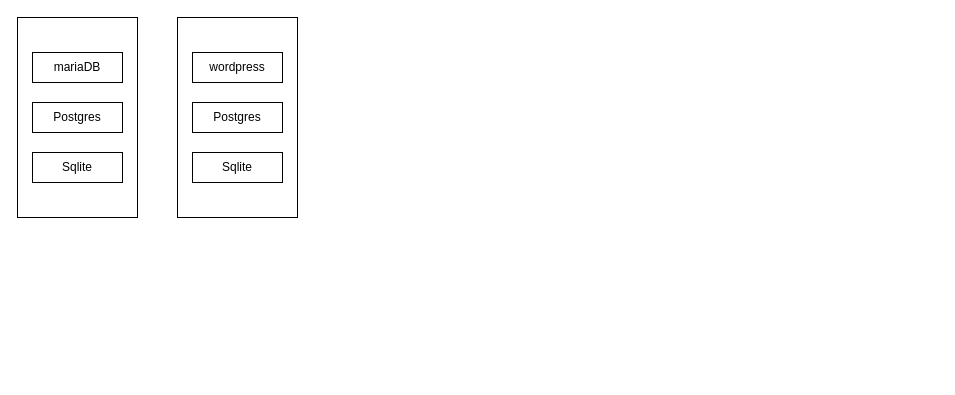
CallmeVRM/edulabs.github.io keeps this draw.io diagram as page "Page-1" (1 of 2) of Podman/33Services/33Services.drawio. Above is the earlier version. Source tidied: cells renumbered, new cells numbered last; positions are measured from the earlier drawing's top-left corner, leaving out a move shared by most shapes. Both pictures are drawn from the tidied source at 100%, with x=0, y=0 at pixel (17, 17).
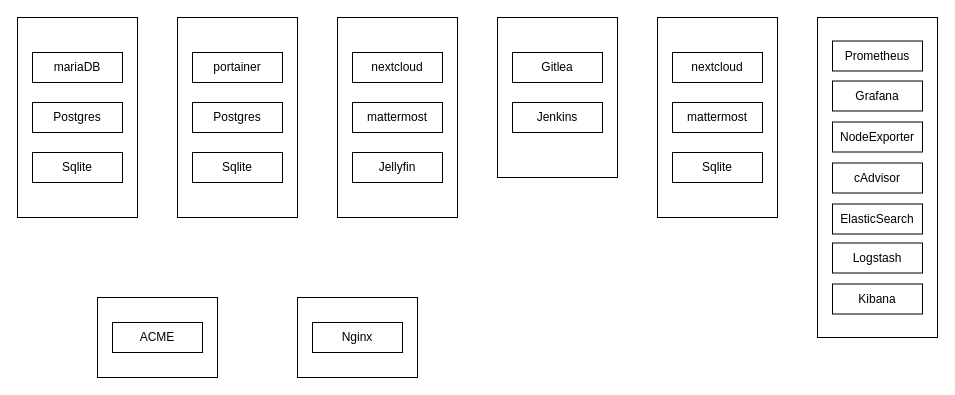
The same diagram, later.

The edit, as a diff of the source:
```diff
@@
-    <mxCell id="7" value="wordpress" style="rounded=0;whiteSpace=wrap;html=1;" parent="1" vertex="1">
+    <mxCell id="7" value="portainer" style="rounded=0;whiteSpace=wrap;html=1;" parent="1" vertex="1">
       <mxGeometry x="175" y="35" width="90" height="30" as="geometry" />
     </mxCell>
@@
+    <mxCell id="10" style="rounded=0;whiteSpace=wrap;html=1;" parent="1" vertex="1">
+      <mxGeometry x="80" y="280" width="120" height="80" as="geometry" />
+    </mxCell>
+    <mxCell id="11" value="ACME" style="rounded=0;whiteSpace=wrap;html=1;" parent="1" vertex="1">
+      <mxGeometry x="95" y="305" width="90" height="30" as="geometry" />
+    </mxCell>
+    <mxCell id="12" style="rounded=0;whiteSpace=wrap;html=1;" parent="1" vertex="1">
+      <mxGeometry x="280" y="280" width="120" height="80" as="geometry" />
+    </mxCell>
+    <mxCell id="13" value="Nginx" style="rounded=0;whiteSpace=wrap;html=1;" parent="1" vertex="1">
+      <mxGeometry x="295" y="305" width="90" height="30" as="geometry" />
+    </mxCell>
+    <mxCell id="14" style="rounded=0;whiteSpace=wrap;html=1;" parent="1" vertex="1">
+      <mxGeometry x="320" width="120" height="200" as="geometry" />
+    </mxCell>
+    <mxCell id="15" value="nextcloud" style="rounded=0;whiteSpace=wrap;html=1;" parent="1" vertex="1">
+      <mxGeometry x="335" y="35" width="90" height="30" as="geometry" />
+    </mxCell>
+    <mxCell id="16" value="mattermost" style="rounded=0;whiteSpace=wrap;html=1;" parent="1" vertex="1">
+      <mxGeometry x="335" y="85" width="90" height="30" as="geometry" />
+    </mxCell>
+    <mxCell id="17" value="&lt;span class=&quot;lo gb&quot;&gt;Jellyfin&lt;/span&gt;" style="rounded=0;whiteSpace=wrap;html=1;" parent="1" vertex="1">
+      <mxGeometry x="335" y="135" width="90" height="30" as="geometry" />
+    </mxCell>
+    <mxCell id="18" style="rounded=0;whiteSpace=wrap;html=1;" parent="1" vertex="1">
+      <mxGeometry x="480" width="120" height="160" as="geometry" />
+    </mxCell>
+    <mxCell id="19" value="Gitlea" style="rounded=0;whiteSpace=wrap;html=1;" parent="1" vertex="1">
+      <mxGeometry x="495" y="35" width="90" height="30" as="geometry" />
+    </mxCell>
+    <mxCell id="20" value="Jenkins" style="rounded=0;whiteSpace=wrap;html=1;" parent="1" vertex="1">
+      <mxGeometry x="495" y="85" width="90" height="30" as="geometry" />
+    </mxCell>
+    <mxCell id="21" style="rounded=0;whiteSpace=wrap;html=1;" parent="1" vertex="1">
+      <mxGeometry x="640" width="120" height="200" as="geometry" />
+    </mxCell>
+    <mxCell id="22" value="nextcloud" style="rounded=0;whiteSpace=wrap;html=1;" parent="1" vertex="1">
+      <mxGeometry x="655" y="35" width="90" height="30" as="geometry" />
+    </mxCell>
+    <mxCell id="23" value="mattermost" style="rounded=0;whiteSpace=wrap;html=1;" parent="1" vertex="1">
+      <mxGeometry x="655" y="85" width="90" height="30" as="geometry" />
+    </mxCell>
+    <mxCell id="24" value="Sqlite" style="rounded=0;whiteSpace=wrap;html=1;" parent="1" vertex="1">
+      <mxGeometry x="655" y="135" width="90" height="30" as="geometry" />
+    </mxCell>
+    <mxCell id="25" style="rounded=0;whiteSpace=wrap;html=1;" parent="1" vertex="1">
+      <mxGeometry x="800" width="120" height="320" as="geometry" />
+    </mxCell>
+    <mxCell id="26" value="Prometheus" style="rounded=0;whiteSpace=wrap;html=1;" parent="1" vertex="1">
+      <mxGeometry x="815" y="23.5" width="90" height="30" as="geometry" />
+    </mxCell>
+    <mxCell id="27" value="Grafana" style="rounded=0;whiteSpace=wrap;html=1;" parent="1" vertex="1">
+      <mxGeometry x="815" y="63.5" width="90" height="30" as="geometry" />
+    </mxCell>
+    <mxCell id="28" value="NodeExporter" style="rounded=0;whiteSpace=wrap;html=1;" parent="1" vertex="1">
+      <mxGeometry x="815" y="104.5" width="90" height="30" as="geometry" />
+    </mxCell>
+    <mxCell id="29" value="cAdvisor" style="rounded=0;whiteSpace=wrap;html=1;" parent="1" vertex="1">
+      <mxGeometry x="815" y="145.5" width="90" height="30" as="geometry" />
+    </mxCell>
+    <mxCell id="30" value="ElasticSearch" style="rounded=0;whiteSpace=wrap;html=1;" parent="1" vertex="1">
+      <mxGeometry x="815" y="186.5" width="90" height="30" as="geometry" />
+    </mxCell>
+    <mxCell id="31" value="Logstash" style="rounded=0;whiteSpace=wrap;html=1;" parent="1" vertex="1">
+      <mxGeometry x="815" y="225.5" width="90" height="30" as="geometry" />
+    </mxCell>
+    <mxCell id="32" value="Kibana" style="rounded=0;whiteSpace=wrap;html=1;" parent="1" vertex="1">
+      <mxGeometry x="815" y="266.5" width="90" height="30" as="geometry" />
+    </mxCell>
```
